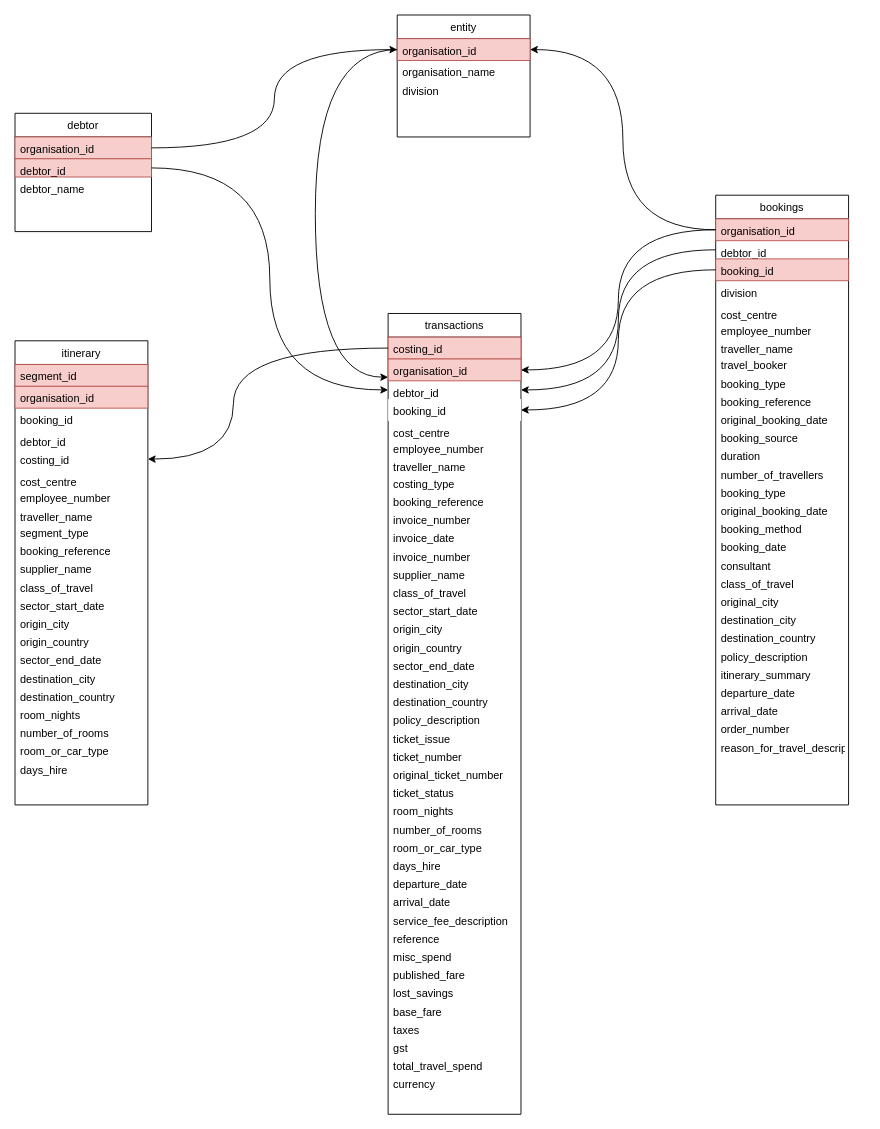
The draw.io diagram Untitled Diagram.drawio in zimsamurai/Complete-Python-3-Bootcamp, before the edit. Source tidied: cells renumbered, new cells numbered last; positions are measured from the earlier drawing's top-left corner, leaving out a move shared by most shapes. Both pictures are drawn from the tidied source at 91%, with x=0, y=0 at pixel (15, 15).
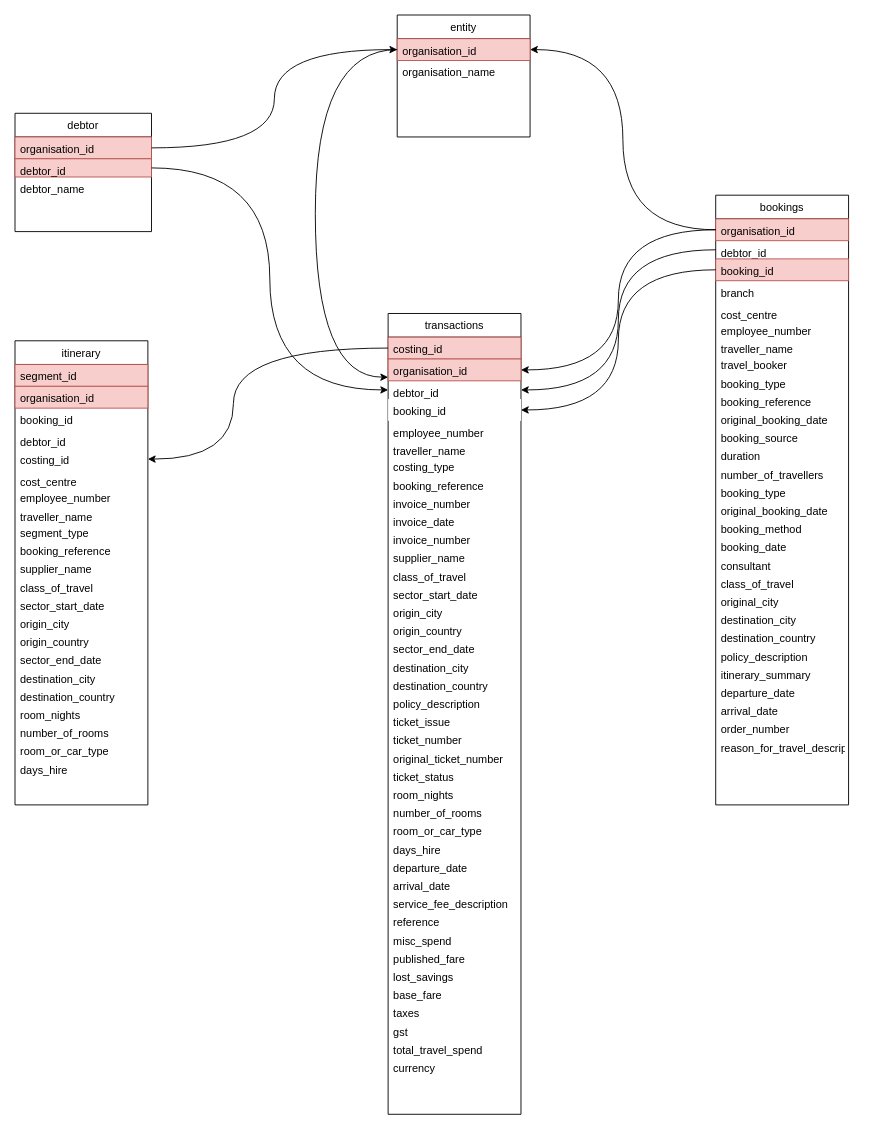
After the change.

The change refers to these unchanged cells:
```xml
<mxCell id="2" value="transactions" style="swimlane;fontStyle=0;align=center;verticalAlign=top;horizontal=1;startSize=26;rounded=0;shadow=0;strokeWidth=1;" parent="1" vertex="1">
  <mxGeometry x="410" y="328" width="146" height="880" as="geometry" />
</mxCell>
<mxCell id="44" value="bookings" style="swimlane;fontStyle=0;align=center;verticalAlign=top;horizontal=1;startSize=26;rounded=0;shadow=0;strokeWidth=1;" parent="1" vertex="1">
  <mxGeometry x="770" y="198" width="146" height="670" as="geometry" />
</mxCell>
<mxCell id="78" value="entity" style="swimlane;fontStyle=0;align=center;verticalAlign=top;horizontal=1;startSize=26;rounded=0;shadow=0;strokeWidth=1;" parent="1" vertex="1">
  <mxGeometry x="420" width="146" height="134" as="geometry" />
</mxCell>
```

Diff of the diagram source:
```diff
@@
-    <mxCell id="7" value="cost_centre" style="text;align=left;verticalAlign=top;spacingLeft=4;spacingRight=4;overflow=hidden;rounded=0;shadow=0;html=0;" parent="2" vertex="1">
-      <mxGeometry y="118" width="146" height="18" as="geometry" />
-    </mxCell>
     <mxCell id="8" value="employee_number" style="text;align=left;verticalAlign=top;spacingLeft=4;spacingRight=4;overflow=hidden;rounded=0;shadow=0;html=0;" parent="2" vertex="1">
-      <mxGeometry y="136" width="146" height="20" as="geometry" />
+      <mxGeometry y="118" width="146" height="20" as="geometry" />
     </mxCell>
     <mxCell id="9" value="traveller_name" style="text;align=left;verticalAlign=top;spacingLeft=4;spacingRight=4;overflow=hidden;rounded=0;shadow=0;html=0;" parent="2" vertex="1">
-      <mxGeometry y="156" width="146" height="18" as="geometry" />
+      <mxGeometry y="138" width="146" height="18" as="geometry" />
     </mxCell>
     <mxCell id="10" value="costing_type" style="text;align=left;verticalAlign=top;spacingLeft=4;spacingRight=4;overflow=hidden;rounded=0;shadow=0;html=0;" parent="2" vertex="1">
-      <mxGeometry y="174" width="146" height="20" as="geometry" />
+      <mxGeometry y="156" width="146" height="20" as="geometry" />
     </mxCell>
     <mxCell id="11" value="booking_reference" style="text;align=left;verticalAlign=top;spacingLeft=4;spacingRight=4;overflow=hidden;rounded=0;shadow=0;html=0;" parent="2" vertex="1">
-      <mxGeometry y="194" width="146" height="20" as="geometry" />
+      <mxGeometry y="176" width="146" height="20" as="geometry" />
     </mxCell>
     <mxCell id="12" value="invoice_number" style="text;align=left;verticalAlign=top;spacingLeft=4;spacingRight=4;overflow=hidden;rounded=0;shadow=0;html=0;" parent="2" vertex="1">
-      <mxGeometry y="214" width="146" height="20" as="geometry" />
+      <mxGeometry y="196" width="146" height="20" as="geometry" />
     </mxCell>
     <mxCell id="13" value="invoice_date" style="text;align=left;verticalAlign=top;spacingLeft=4;spacingRight=4;overflow=hidden;rounded=0;shadow=0;html=0;" parent="2" vertex="1">
-      <mxGeometry y="234" width="146" height="20" as="geometry" />
+      <mxGeometry y="216" width="146" height="20" as="geometry" />
     </mxCell>
     <mxCell id="14" value="invoice_number" style="text;align=left;verticalAlign=top;spacingLeft=4;spacingRight=4;overflow=hidden;rounded=0;shadow=0;html=0;" parent="2" vertex="1">
-      <mxGeometry y="254" width="146" height="20" as="geometry" />
+      <mxGeometry y="236" width="146" height="20" as="geometry" />
     </mxCell>
     <mxCell id="15" value="supplier_name" style="text;align=left;verticalAlign=top;spacingLeft=4;spacingRight=4;overflow=hidden;rounded=0;shadow=0;html=0;" parent="2" vertex="1">
-      <mxGeometry y="274" width="146" height="20" as="geometry" />
+      <mxGeometry y="256" width="146" height="20" as="geometry" />
     </mxCell>
     <mxCell id="16" value="class_of_travel" style="text;align=left;verticalAlign=top;spacingLeft=4;spacingRight=4;overflow=hidden;rounded=0;shadow=0;html=0;" parent="2" vertex="1">
-      <mxGeometry y="294" width="146" height="20" as="geometry" />
+      <mxGeometry y="276" width="146" height="20" as="geometry" />
     </mxCell>
     <mxCell id="17" value="sector_start_date" style="text;align=left;verticalAlign=top;spacingLeft=4;spacingRight=4;overflow=hidden;rounded=0;shadow=0;html=0;" parent="2" vertex="1">
-      <mxGeometry y="314" width="146" height="20" as="geometry" />
+      <mxGeometry y="296" width="146" height="20" as="geometry" />
     </mxCell>
     <mxCell id="18" value="origin_city" style="text;align=left;verticalAlign=top;spacingLeft=4;spacingRight=4;overflow=hidden;rounded=0;shadow=0;html=0;" parent="2" vertex="1">
-      <mxGeometry y="334" width="146" height="20" as="geometry" />
+      <mxGeometry y="316" width="146" height="20" as="geometry" />
     </mxCell>
     <mxCell id="19" value="origin_country" style="text;align=left;verticalAlign=top;spacingLeft=4;spacingRight=4;overflow=hidden;rounded=0;shadow=0;html=0;" parent="2" vertex="1">
-      <mxGeometry y="354" width="146" height="20" as="geometry" />
+      <mxGeometry y="336" width="146" height="20" as="geometry" />
     </mxCell>
     <mxCell id="20" value="sector_end_date" style="text;align=left;verticalAlign=top;spacingLeft=4;spacingRight=4;overflow=hidden;rounded=0;shadow=0;html=0;" parent="2" vertex="1">
-      <mxGeometry y="374" width="146" height="20" as="geometry" />
+      <mxGeometry y="356" width="146" height="20" as="geometry" />
     </mxCell>
     <mxCell id="21" value="destination_city" style="text;align=left;verticalAlign=top;spacingLeft=4;spacingRight=4;overflow=hidden;rounded=0;shadow=0;html=0;" parent="2" vertex="1">
-      <mxGeometry y="394" width="146" height="20" as="geometry" />
+      <mxGeometry y="376" width="146" height="20" as="geometry" />
     </mxCell>
     <mxCell id="22" value="destination_country" style="text;align=left;verticalAlign=top;spacingLeft=4;spacingRight=4;overflow=hidden;rounded=0;shadow=0;html=0;" parent="2" vertex="1">
-      <mxGeometry y="414" width="146" height="20" as="geometry" />
+      <mxGeometry y="396" width="146" height="20" as="geometry" />
     </mxCell>
     <mxCell id="23" value="policy_description" style="text;align=left;verticalAlign=top;spacingLeft=4;spacingRight=4;overflow=hidden;rounded=0;shadow=0;html=0;" parent="2" vertex="1">
-      <mxGeometry y="434" width="146" height="20" as="geometry" />
+      <mxGeometry y="416" width="146" height="20" as="geometry" />
     </mxCell>
     <mxCell id="24" value="ticket_issue" style="text;align=left;verticalAlign=top;spacingLeft=4;spacingRight=4;overflow=hidden;rounded=0;shadow=0;html=0;" parent="2" vertex="1">
-      <mxGeometry y="454" width="146" height="20" as="geometry" />
+      <mxGeometry y="436" width="146" height="20" as="geometry" />
     </mxCell>
     <mxCell id="25" value="ticket_number" style="text;align=left;verticalAlign=top;spacingLeft=4;spacingRight=4;overflow=hidden;rounded=0;shadow=0;html=0;" parent="2" vertex="1">
-      <mxGeometry y="474" width="146" height="20" as="geometry" />
+      <mxGeometry y="456" width="146" height="20" as="geometry" />
     </mxCell>
     <mxCell id="26" value="original_ticket_number" style="text;align=left;verticalAlign=top;spacingLeft=4;spacingRight=4;overflow=hidden;rounded=0;shadow=0;html=0;" parent="2" vertex="1">
-      <mxGeometry y="494" width="146" height="20" as="geometry" />
+      <mxGeometry y="476" width="146" height="20" as="geometry" />
     </mxCell>
     <mxCell id="27" value="ticket_status" style="text;align=left;verticalAlign=top;spacingLeft=4;spacingRight=4;overflow=hidden;rounded=0;shadow=0;html=0;" parent="2" vertex="1">
-      <mxGeometry y="514" width="146" height="20" as="geometry" />
+      <mxGeometry y="496" width="146" height="20" as="geometry" />
     </mxCell>
     <mxCell id="28" value="room_nights" style="text;align=left;verticalAlign=top;spacingLeft=4;spacingRight=4;overflow=hidden;rounded=0;shadow=0;html=0;" parent="2" vertex="1">
-      <mxGeometry y="534" width="146" height="20" as="geometry" />
+      <mxGeometry y="516" width="146" height="20" as="geometry" />
     </mxCell>
     <mxCell id="29" value="number_of_rooms" style="text;align=left;verticalAlign=top;spacingLeft=4;spacingRight=4;overflow=hidden;rounded=0;shadow=0;html=0;" parent="2" vertex="1">
-      <mxGeometry y="554" width="146" height="20" as="geometry" />
+      <mxGeometry y="536" width="146" height="20" as="geometry" />
     </mxCell>
     <mxCell id="30" value="room_or_car_type" style="text;align=left;verticalAlign=top;spacingLeft=4;spacingRight=4;overflow=hidden;rounded=0;shadow=0;html=0;" parent="2" vertex="1">
-      <mxGeometry y="574" width="146" height="20" as="geometry" />
+      <mxGeometry y="556" width="146" height="20" as="geometry" />
     </mxCell>
     <mxCell id="31" value="days_hire" style="text;align=left;verticalAlign=top;spacingLeft=4;spacingRight=4;overflow=hidden;rounded=0;shadow=0;html=0;" parent="2" vertex="1">
-      <mxGeometry y="594" width="146" height="20" as="geometry" />
+      <mxGeometry y="576" width="146" height="20" as="geometry" />
     </mxCell>
     <mxCell id="32" value="departure_date" style="text;align=left;verticalAlign=top;spacingLeft=4;spacingRight=4;overflow=hidden;rounded=0;shadow=0;html=0;" parent="2" vertex="1">
-      <mxGeometry y="614" width="146" height="20" as="geometry" />
+      <mxGeometry y="596" width="146" height="20" as="geometry" />
     </mxCell>
     <mxCell id="33" value="arrival_date" style="text;align=left;verticalAlign=top;spacingLeft=4;spacingRight=4;overflow=hidden;rounded=0;shadow=0;html=0;" parent="2" vertex="1">
-      <mxGeometry y="634" width="146" height="20" as="geometry" />
+      <mxGeometry y="616" width="146" height="20" as="geometry" />
     </mxCell>
     <mxCell id="34" value="service_fee_description" style="text;align=left;verticalAlign=top;spacingLeft=4;spacingRight=4;overflow=hidden;rounded=0;shadow=0;html=0;" parent="2" vertex="1">
-      <mxGeometry y="654" width="146" height="20" as="geometry" />
+      <mxGeometry y="636" width="146" height="20" as="geometry" />
     </mxCell>
     <mxCell id="35" value="reference" style="text;align=left;verticalAlign=top;spacingLeft=4;spacingRight=4;overflow=hidden;rounded=0;shadow=0;html=0;" parent="2" vertex="1">
-      <mxGeometry y="674" width="146" height="20" as="geometry" />
+      <mxGeometry y="656" width="146" height="20" as="geometry" />
     </mxCell>
     <mxCell id="36" value="misc_spend" style="text;align=left;verticalAlign=top;spacingLeft=4;spacingRight=4;overflow=hidden;rounded=0;shadow=0;html=0;" parent="2" vertex="1">
-      <mxGeometry y="694" width="146" height="20" as="geometry" />
+      <mxGeometry y="676" width="146" height="20" as="geometry" />
     </mxCell>
     <mxCell id="37" value="published_fare" style="text;align=left;verticalAlign=top;spacingLeft=4;spacingRight=4;overflow=hidden;rounded=0;shadow=0;html=0;" parent="2" vertex="1">
-      <mxGeometry y="714" width="146" height="20" as="geometry" />
+      <mxGeometry y="696" width="146" height="20" as="geometry" />
     </mxCell>
     <mxCell id="38" value="lost_savings" style="text;align=left;verticalAlign=top;spacingLeft=4;spacingRight=4;overflow=hidden;rounded=0;shadow=0;html=0;" parent="2" vertex="1">
-      <mxGeometry y="734" width="146" height="20" as="geometry" />
+      <mxGeometry y="716" width="146" height="20" as="geometry" />
     </mxCell>
     <mxCell id="39" value="base_fare" style="text;align=left;verticalAlign=top;spacingLeft=4;spacingRight=4;overflow=hidden;rounded=0;shadow=0;html=0;" parent="2" vertex="1">
-      <mxGeometry y="754" width="146" height="20" as="geometry" />
+      <mxGeometry y="736" width="146" height="20" as="geometry" />
     </mxCell>
     <mxCell id="40" value="taxes" style="text;align=left;verticalAlign=top;spacingLeft=4;spacingRight=4;overflow=hidden;rounded=0;shadow=0;html=0;" parent="2" vertex="1">
-      <mxGeometry y="774" width="146" height="20" as="geometry" />
+      <mxGeometry y="756" width="146" height="20" as="geometry" />
     </mxCell>
     <mxCell id="41" value="gst" style="text;align=left;verticalAlign=top;spacingLeft=4;spacingRight=4;overflow=hidden;rounded=0;shadow=0;html=0;" parent="2" vertex="1">
-      <mxGeometry y="794" width="146" height="20" as="geometry" />
+      <mxGeometry y="776" width="146" height="20" as="geometry" />
     </mxCell>
     <mxCell id="42" value="total_travel_spend" style="text;align=left;verticalAlign=top;spacingLeft=4;spacingRight=4;overflow=hidden;rounded=0;shadow=0;html=0;" parent="2" vertex="1">
-      <mxGeometry y="814" width="146" height="20" as="geometry" />
+      <mxGeometry y="796" width="146" height="20" as="geometry" />
     </mxCell>
     <mxCell id="43" value="currency" style="text;align=left;verticalAlign=top;spacingLeft=4;spacingRight=4;overflow=hidden;rounded=0;shadow=0;html=0;" parent="2" vertex="1">
-      <mxGeometry y="834" width="146" height="20" as="geometry" />
+      <mxGeometry y="816" width="146" height="20" as="geometry" />
     </mxCell>
@@
-    <mxCell id="48" value="division" style="text;align=left;verticalAlign=top;spacingLeft=4;spacingRight=4;overflow=hidden;rounded=0;shadow=0;html=0;" parent="44" vertex="1">
-      <mxGeometry y="94" width="146" height="24" as="geometry" />
-    </mxCell>
+    <mxCell id="81" value="branch" style="text;align=left;verticalAlign=top;spacingLeft=4;spacingRight=4;overflow=hidden;rounded=0;shadow=0;html=0;" parent="44" vertex="1">
+      <mxGeometry y="94" width="146" height="24" as="geometry" />
+    </mxCell>
@@
-    <mxCell id="81" value="division" style="text;align=left;verticalAlign=top;spacingLeft=4;spacingRight=4;overflow=hidden;rounded=0;shadow=0;html=0;" parent="78" vertex="1">
-      <mxGeometry y="70" width="146" height="24" as="geometry" />
-    </mxCell>
```
